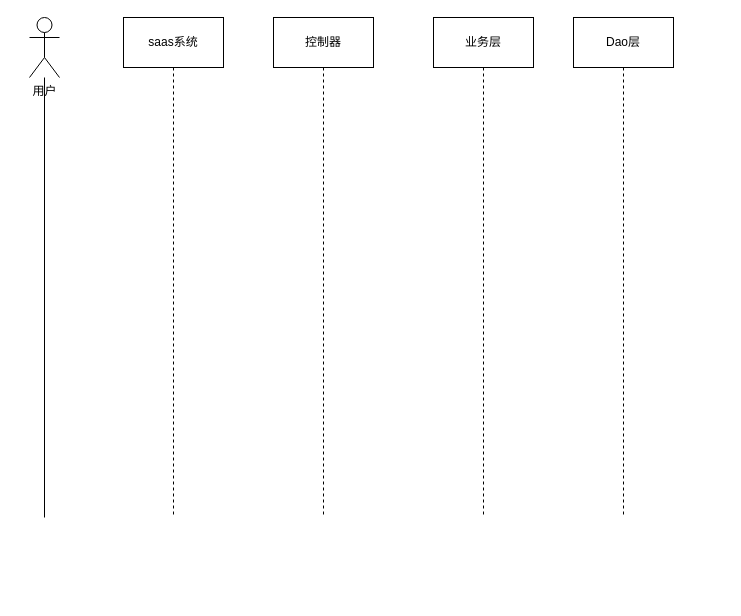
This is 制令单流程图.drawio from KNAI-I/test, a draw.io file, before an edit. Source tidied: cells renumbered, new cells numbered last; positions are measured from the earlier drawing's top-left corner, leaving out a move shared by most shapes. Both pictures are drawn from the tidied source at 100%, with x=0, y=0 at pixel (29, 17).
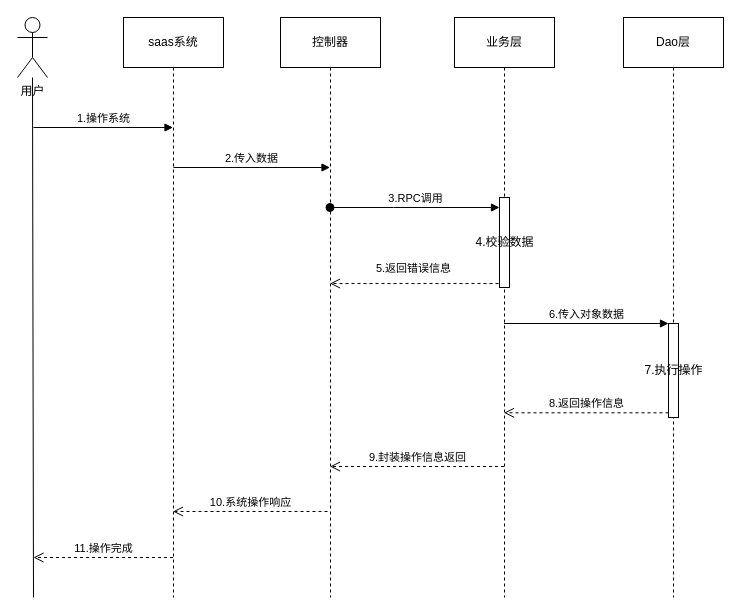
The same diagram, later.

Commit message (it also covers changes not shown here):
更新制令单流程图.drawio

The edit, as a diff of the source:
```diff
@@
     <mxCell id="2" value="用户" style="shape=umlActor;verticalLabelPosition=bottom;verticalAlign=top;html=1;" parent="1" vertex="1">
-      <mxGeometry width="30" height="60" as="geometry" />
+      <mxGeometry x="-12" width="30" height="60" as="geometry" />
     </mxCell>
     <mxCell id="3" style="endArrow=none;html=1;rounded=0;" parent="1" edge="1">
       <mxGeometry relative="1" as="geometry">
-        <mxPoint x="15" y="500" as="sourcePoint" />
-        <mxPoint x="15" y="60" as="targetPoint" />
+        <mxPoint x="4" y="580" as="sourcePoint" />
+        <mxPoint x="3" y="60" as="targetPoint" />
       </mxGeometry>
     </mxCell>
     <mxCell id="4" value="saas系统" style="shape=umlLifeline;perimeter=lifelinePerimeter;whiteSpace=wrap;html=1;outlineConnect=0;size=50;" parent="1" vertex="1">
-      <mxGeometry x="94" width="100" height="500" as="geometry" />
+      <mxGeometry x="94" width="100" height="580" as="geometry" />
     </mxCell>
+    <mxCell id="8" value="2.传入数据" style="html=1;verticalAlign=bottom;endArrow=block;rounded=0;" parent="4" edge="1" target="5">
+      <mxGeometry relative="1" as="geometry">
+        <mxPoint x="50" y="150" as="sourcePoint" />
+      </mxGeometry>
+    </mxCell>
     <mxCell id="5" value="控制器" style="shape=umlLifeline;perimeter=lifelinePerimeter;whiteSpace=wrap;html=1;outlineConnect=0;size=50;" parent="1" vertex="1">
-      <mxGeometry x="244" width="100" height="500" as="geometry" />
+      <mxGeometry x="251" width="100" height="580" as="geometry" />
     </mxCell>
     <mxCell id="6" value="业务层" style="shape=umlLifeline;perimeter=lifelinePerimeter;whiteSpace=wrap;html=1;outlineConnect=0;size=50;" parent="1" vertex="1">
-      <mxGeometry x="404" width="100" height="500" as="geometry" />
+      <mxGeometry x="425" width="100" height="580" as="geometry" />
     </mxCell>
+    <mxCell id="9" value="4.校验数据" style="html=1;points=[];perimeter=orthogonalPerimeter;" parent="6" vertex="1">
+      <mxGeometry x="45" y="180" width="10" height="90" as="geometry" />
+    </mxCell>
     <mxCell id="7" value="Dao层" style="shape=umlLifeline;perimeter=lifelinePerimeter;whiteSpace=wrap;html=1;size=50;" parent="1" vertex="1">
-      <mxGeometry x="544" width="100" height="500" as="geometry" />
+      <mxGeometry x="594" width="100" height="580" as="geometry" />
     </mxCell>
+    <mxCell id="10" value="1.操作系统" style="html=1;verticalAlign=bottom;endArrow=block;rounded=0;" parent="1" edge="1" target="4">
+      <mxGeometry relative="1" as="geometry">
+        <mxPoint x="4" y="110" as="sourcePoint" />
+      </mxGeometry>
+    </mxCell>
+    <mxCell id="11" value="3.RPC调用" style="html=1;verticalAlign=bottom;startArrow=oval;endArrow=block;startSize=8;rounded=0;" parent="1" edge="1" source="5" target="9">
+      <mxGeometry relative="1" as="geometry">
+        <Array as="points">
+          <mxPoint x="364" y="190" />
+        </Array>
+      </mxGeometry>
+    </mxCell>
+    <mxCell id="12" value="5.返回错误信息" style="html=1;verticalAlign=bottom;endArrow=open;dashed=1;endSize=8;rounded=0;exitX=-0.1;exitY=0.956;exitDx=0;exitDy=0;exitPerimeter=0;" parent="1" edge="1" source="9" target="5">
+      <mxGeometry x="0.01" y="-6" relative="1" as="geometry" />
+    </mxCell>
+    <mxCell id="13" value="7.执行操作" style="html=1;points=[];perimeter=orthogonalPerimeter;" parent="1" vertex="1">
+      <mxGeometry x="639" y="306" width="10" height="94" as="geometry" />
+    </mxCell>
+    <mxCell id="14" value="6.传入对象数据" style="html=1;verticalAlign=bottom;endArrow=block;entryX=0;entryY=0;rounded=0;" parent="1" edge="1" source="6" target="13">
+      <mxGeometry relative="1" as="geometry" />
+    </mxCell>
+    <mxCell id="15" value="8.返回操作信息" style="html=1;verticalAlign=bottom;endArrow=open;dashed=1;endSize=8;exitX=0;exitY=0.95;rounded=0;" parent="1" edge="1" source="13" target="6">
+      <mxGeometry relative="1" as="geometry" />
+    </mxCell>
+    <mxCell id="16" value="9.封装操作信息返回" style="html=1;verticalAlign=bottom;endArrow=open;dashed=1;endSize=8;rounded=0;" parent="1" edge="1">
+      <mxGeometry relative="1" as="geometry">
+        <mxPoint x="474.5" y="449" as="sourcePoint" />
+        <mxPoint x="300.5" y="449" as="targetPoint" />
+        <Array as="points">
+          <mxPoint x="424" y="449" />
+        </Array>
+      </mxGeometry>
+    </mxCell>
+    <mxCell id="17" value="10.系统操作响应" style="html=1;verticalAlign=bottom;endArrow=open;dashed=1;endSize=8;rounded=0;" parent="1" edge="1" target="4">
+      <mxGeometry relative="1" as="geometry">
+        <mxPoint x="298" y="494" as="sourcePoint" />
+        <Array as="points">
+          <mxPoint x="288" y="494" />
+          <mxPoint x="258" y="494" />
+        </Array>
+      </mxGeometry>
+    </mxCell>
+    <mxCell id="18" value="11.操作完成" style="html=1;verticalAlign=bottom;endArrow=open;dashed=1;endSize=8;rounded=0;" parent="1" edge="1" source="4">
+      <mxGeometry relative="1" as="geometry">
+        <mxPoint x="4" y="540" as="targetPoint" />
+      </mxGeometry>
+    </mxCell>
```
